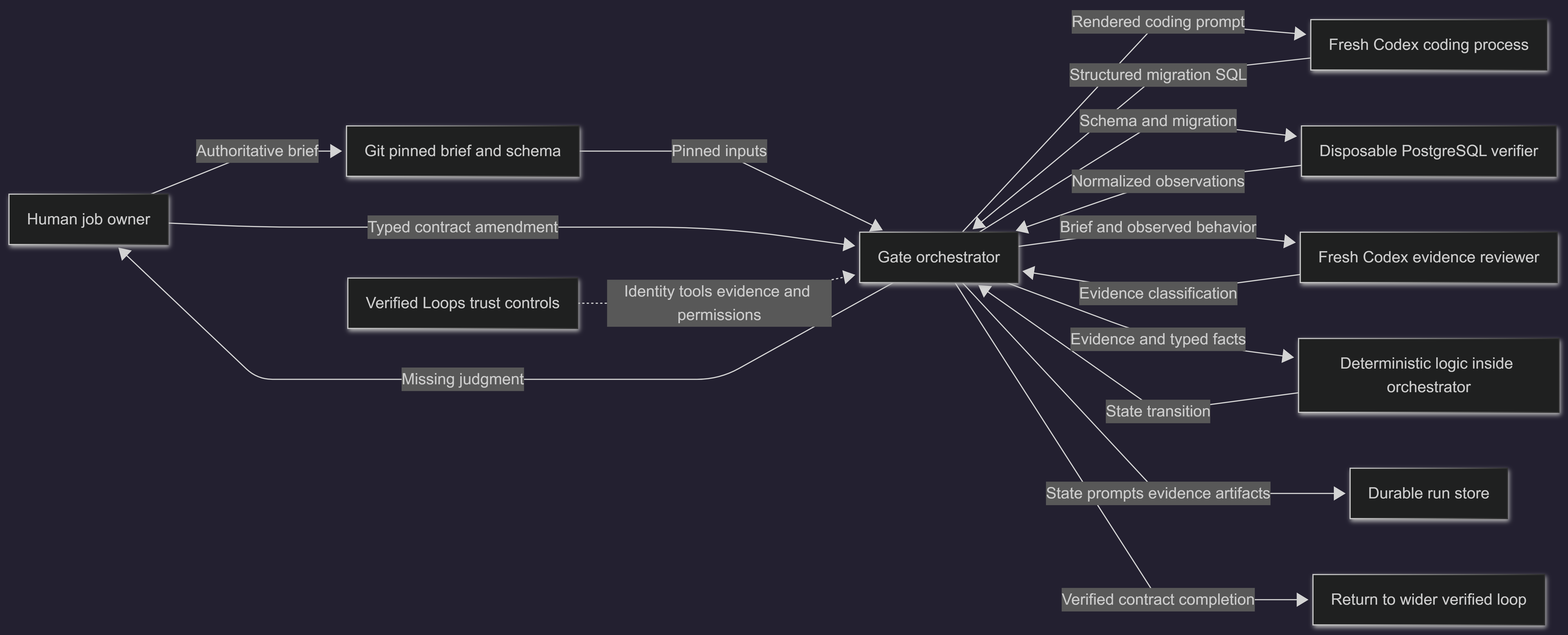
This is notebooks/assets/diagrams/system_context.png from genesobolev/implicit-decision-gate, a Mermaid export, as it was before one commit. Its source is kept beside it as notebooks/assets/diagrams/system_context.mmd. Source of this version:
```mermaid
flowchart LR
    owner[Human job owner]
    git[Git pinned brief and schema]
    orchestrator[Gate orchestrator]
    coder[Fresh Codex coding process]
    postgres[Disposable PostgreSQL verifier]
    reviewer[Fresh Codex evidence reviewer]
    gate[Deterministic logic inside orchestrator]
    store[Durable run store]
    verified[Return to wider verified loop]
    trust[Verified Loops trust controls]

    owner -->|Authoritative brief| git
    git -->|Pinned inputs| orchestrator
    orchestrator -->|Rendered coding prompt| coder
    coder -->|Structured migration SQL| orchestrator
    orchestrator -->|Schema and migration| postgres
    postgres -->|Normalized observations| orchestrator
    orchestrator -->|Brief and observed behavior| reviewer
    reviewer -->|Evidence classification| orchestrator
    orchestrator -->|Evidence and typed facts| gate
    gate -->|State transition| orchestrator
    orchestrator -->|State prompts evidence artifacts| store
    orchestrator -->|Missing judgment| owner
    owner -->|Typed contract amendment| orchestrator
    orchestrator -->|Verified contract completion| verified
    trust -.->|Identity tools evidence and permissions| orchestrator
```
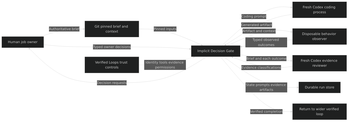
Above is the later version.

Commit message:
Focus walkthrough on decision gate value

Diff of the diagram source:
```diff
@@ -1,27 +1,24 @@
 flowchart LR
     owner[Human job owner]
-    git[Git pinned brief and schema]
-    orchestrator[Gate orchestrator]
+    git[Git pinned brief and context]
+    orchestrator[Implicit Decision Gate]
     coder[Fresh Codex coding process]
-    postgres[Disposable PostgreSQL verifier]
+    observer[Disposable behavior observer]
     reviewer[Fresh Codex evidence reviewer]
-    gate[Deterministic logic inside orchestrator]
     store[Durable run store]
     verified[Return to wider verified loop]
     trust[Verified Loops trust controls]
 
     owner -->|Authoritative brief| git
     git -->|Pinned inputs| orchestrator
-    orchestrator -->|Rendered coding prompt| coder
-    coder -->|Structured migration SQL| orchestrator
-    orchestrator -->|Schema and migration| postgres
-    postgres -->|Normalized observations| orchestrator
-    orchestrator -->|Brief and observed behavior| reviewer
-    reviewer -->|Evidence classification| orchestrator
-    orchestrator -->|Evidence and typed facts| gate
-    gate -->|State transition| orchestrator
+    orchestrator -->|Coding prompt| coder
+    coder -->|Generated artifact| orchestrator
+    orchestrator -->|Artifact and context| observer
+    observer -->|Typed observed outcomes| orchestrator
+    orchestrator -->|Brief and each outcome| reviewer
+    reviewer -->|Evidence classifications| orchestrator
+    orchestrator -->|Decision requests| owner
+    owner -->|Typed owner decisions| orchestrator
     orchestrator -->|State prompts evidence artifacts| store
-    orchestrator -->|Missing judgment| owner
-    owner -->|Typed contract amendment| orchestrator
-    orchestrator -->|Verified contract completion| verified
-    trust -.->|Identity tools evidence and permissions| orchestrator
+    orchestrator -->|Verified completion| verified
+    trust -.->|Identity tools evidence permissions| orchestrator
```
